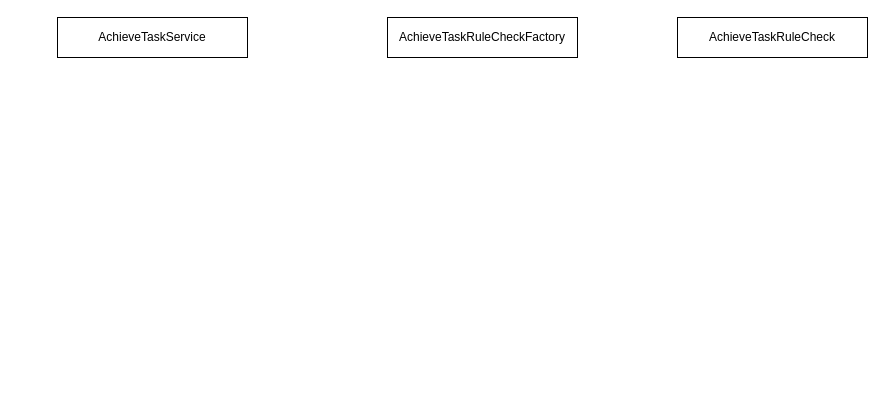
Before: SS2成就任务系统.drawio in Ordertiny/graph, a draw.io diagram. Source tidied: cells renumbered, new cells numbered last; positions are measured from the earlier drawing's top-left corner, leaving out a move shared by most shapes. Both pictures are drawn from the tidied source at 100%, with x=0, y=0 at pixel (57, 17).
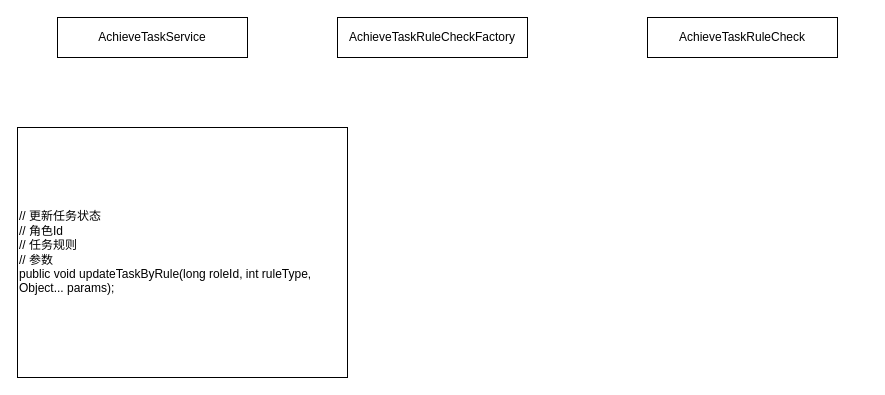
The same diagram, later.

Commit message (it also covers changes not shown here):
更新SS2成就任务系统.drawio

Diff of the diagram source:
```diff
@@
 <mxGraphModel>
   <root>
     <mxCell id="0" />
     <mxCell id="1" parent="0" />
     <mxCell id="2" value="AchieveTaskService" style="rounded=0;whiteSpace=wrap;html=1;" parent="1" vertex="1">
       <mxGeometry width="190" height="40" as="geometry" />
     </mxCell>
     <mxCell id="3" value="AchieveTaskRuleCheckFactory" style="rounded=0;whiteSpace=wrap;html=1;" parent="1" vertex="1">
-      <mxGeometry x="330" width="190" height="40" as="geometry" />
+      <mxGeometry x="280" width="190" height="40" as="geometry" />
     </mxCell>
     <mxCell id="4" value="AchieveTaskRuleCheck" style="rounded=0;whiteSpace=wrap;html=1;" parent="1" vertex="1">
-      <mxGeometry x="620" width="190" height="40" as="geometry" />
+      <mxGeometry x="590" width="190" height="40" as="geometry" />
     </mxCell>
+    <mxCell id="5" value="// 更新任务状态&lt;br&gt;// 角色Id&lt;br&gt;// 任务规则&lt;br&gt;// 参数&lt;br&gt;public void updateTaskByRule(long roleId, int ruleType, Object... params);" style="rounded=0;whiteSpace=wrap;html=1;align=left;" parent="1" vertex="1">
+      <mxGeometry x="-40" y="110" width="330" height="250" as="geometry" />
+    </mxCell>
   </root>
 </mxGraphModel>
```
